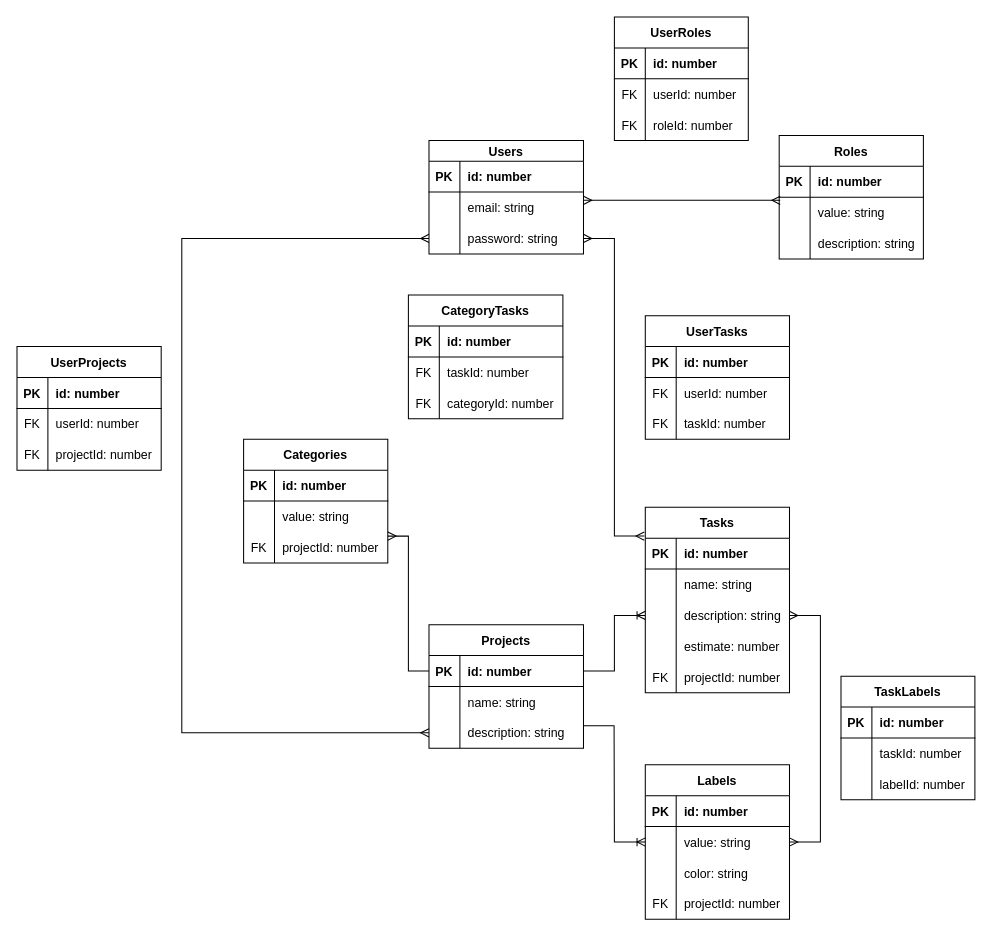
Earlier version of the draw.io diagram docs/DatabaseSchema.drawio (kurockett/stoei-course-project). Source tidied: cells renumbered, new cells numbered last; positions are measured from the earlier drawing's top-left corner, leaving out a move shared by most shapes. Both pictures are drawn from the tidied source at 103%, with x=0, y=0 at pixel (16, 16).
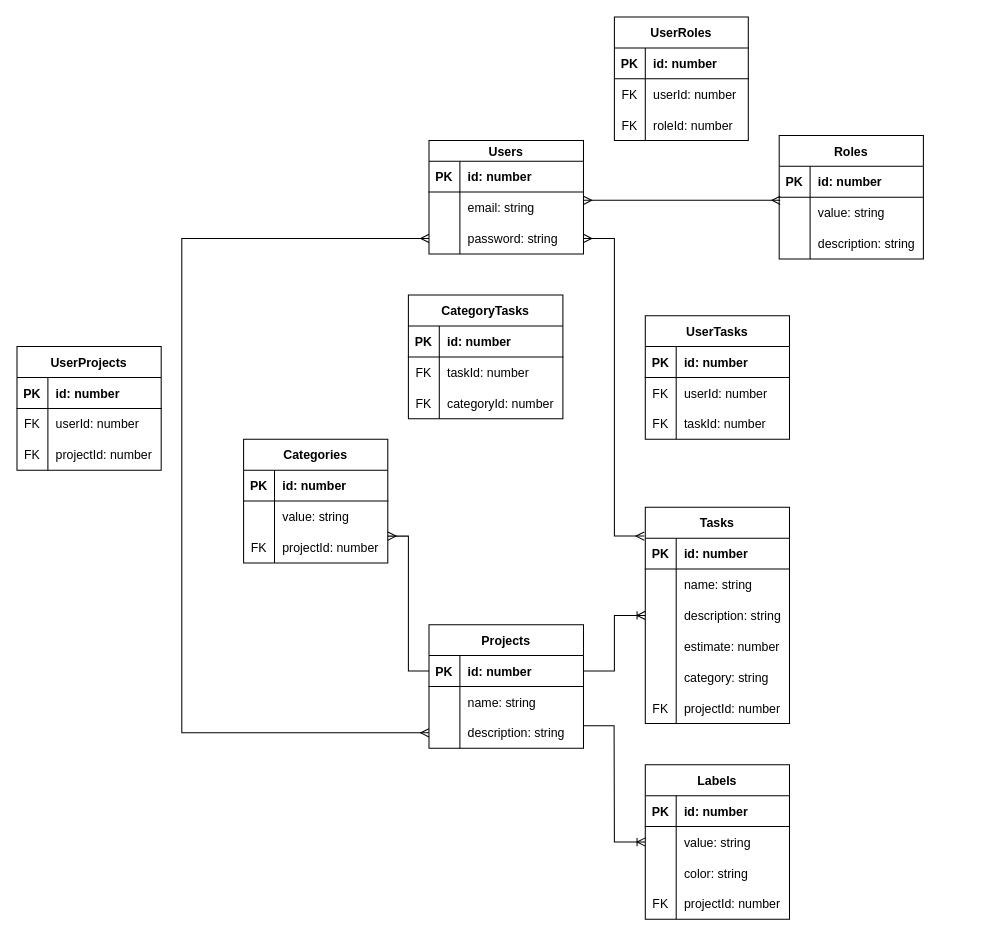
The same page after the edit.

The change refers to these unchanged cells:
```xml
<mxCell id="49" style="shape=partialRectangle;fillColor=none;top=0;left=0;bottom=0;right=0;points=[[0,0.5],[1,0.5]];portConstraint=eastwest;fontStyle=0;" parent="42" vertex="1">
  <mxGeometry y="90" width="140" height="30" as="geometry" />
</mxCell>
<mxCell id="73" style="shape=partialRectangle;fillColor=none;top=0;left=0;bottom=0;right=0;points=[[0,0.5],[1,0.5]];portConstraint=eastwest;fontStyle=0;" parent="69" vertex="1">
  <mxGeometry y="60" width="140" height="30" as="geometry" />
</mxCell>
```

Diff of the diagram source:
```diff
@@
     <mxCell id="42" value="Tasks" style="shape=table;startSize=30;childLayout=tableLayout;rowLines=0;fontStyle=1;align=center;" parent="1" vertex="1">
-      <mxGeometry x="610" y="476" width="140" height="180" as="geometry" />
+      <mxGeometry x="610" y="476" width="140" height="210" as="geometry" />
     </mxCell>
@@
+    <mxCell id="128" style="shape=partialRectangle;fillColor=none;top=0;left=0;bottom=0;right=0;fontStyle=0;" parent="42" vertex="1">
+      <mxGeometry y="150" width="140" height="30" as="geometry" />
+    </mxCell>
+    <mxCell id="129" style="shape=partialRectangle;fillColor=none;top=0;left=0;bottom=0;right=0;overflow=hidden;fontStyle=0;" parent="128" vertex="1">
+      <mxGeometry width="30" height="30" as="geometry" />
+    </mxCell>
+    <mxCell id="130" value="category: string" style="shape=partialRectangle;fillColor=none;top=0;left=0;bottom=0;right=0;align=left;spacingLeft=6;overflow=hidden;fontStyle=0;" parent="128" vertex="1">
+      <mxGeometry x="30" width="110" height="30" as="geometry" />
+    </mxCell>
     <mxCell id="55" style="shape=partialRectangle;fillColor=none;top=0;left=0;bottom=0;right=0;fontStyle=0;" parent="42" vertex="1">
-      <mxGeometry y="150" width="140" height="30" as="geometry" />
+      <mxGeometry y="180" width="140" height="30" as="geometry" />
     </mxCell>
@@
-    <mxCell id="84" value="TaskLabels" style="shape=table;startSize=30;childLayout=tableLayout;rowLines=0;fontStyle=1;align=center;" parent="1" vertex="1">
-      <mxGeometry x="800" y="640" width="130" height="120" as="geometry" />
-    </mxCell>
-    <mxCell id="85" style="shape=partialRectangle;fillColor=none;top=0;left=0;bottom=1;right=0;fontStyle=0;" parent="84" vertex="1">
-      <mxGeometry y="30" width="130" height="30" as="geometry" />
-    </mxCell>
-    <mxCell id="86" value="PK" style="shape=partialRectangle;fillColor=none;top=0;left=0;bottom=0;right=0;fontStyle=1;overflow=hidden;" parent="85" vertex="1">
-      <mxGeometry width="30" height="30" as="geometry" />
-    </mxCell>
-    <mxCell id="87" value="id: number" style="shape=partialRectangle;fillColor=none;top=0;left=0;bottom=0;right=0;align=left;spacingLeft=6;fontStyle=1;overflow=hidden;" parent="85" vertex="1">
-      <mxGeometry x="30" width="100" height="30" as="geometry" />
-    </mxCell>
-    <mxCell id="88" style="shape=partialRectangle;fillColor=none;top=0;left=0;bottom=0;right=0;fontStyle=0;" parent="84" vertex="1">
-      <mxGeometry y="60" width="130" height="30" as="geometry" />
-    </mxCell>
-    <mxCell id="89" style="shape=partialRectangle;fillColor=none;top=0;left=0;bottom=0;right=0;overflow=hidden;fontStyle=0;" parent="88" vertex="1">
-      <mxGeometry width="30" height="30" as="geometry" />
-    </mxCell>
-    <mxCell id="90" value="taskId: number" style="shape=partialRectangle;fillColor=none;top=0;left=0;bottom=0;right=0;align=left;spacingLeft=6;overflow=hidden;fontStyle=0;" parent="88" vertex="1">
-      <mxGeometry x="30" width="100" height="30" as="geometry" />
-    </mxCell>
-    <mxCell id="91" style="shape=partialRectangle;fillColor=none;top=0;left=0;bottom=0;right=0;fontStyle=0;" parent="84" vertex="1">
-      <mxGeometry y="90" width="130" height="30" as="geometry" />
-    </mxCell>
-    <mxCell id="92" style="shape=partialRectangle;fillColor=none;top=0;left=0;bottom=0;right=0;overflow=hidden;fontStyle=0;" parent="91" vertex="1">
-      <mxGeometry width="30" height="30" as="geometry" />
-    </mxCell>
-    <mxCell id="93" value="labelId: number" style="shape=partialRectangle;fillColor=none;top=0;left=0;bottom=0;right=0;align=left;spacingLeft=6;overflow=hidden;fontStyle=0;" parent="91" vertex="1">
-      <mxGeometry x="30" width="100" height="30" as="geometry" />
-    </mxCell>
@@
-    <mxCell id="125" style="edgeStyle=elbowEdgeStyle;fontSize=12;html=1;endArrow=ERmany;startArrow=ERmany;rounded=0;exitX=1;exitY=0.5;exitDx=0;exitDy=0;entryX=1;entryY=0.5;entryDx=0;entryDy=0;" parent="1" edge="1" source="73" target="49">
-      <mxGeometry relative="1" as="geometry">
-        <Array as="points">
-          <mxPoint x="780" y="691" />
-        </Array>
-      </mxGeometry>
-    </mxCell>
```
